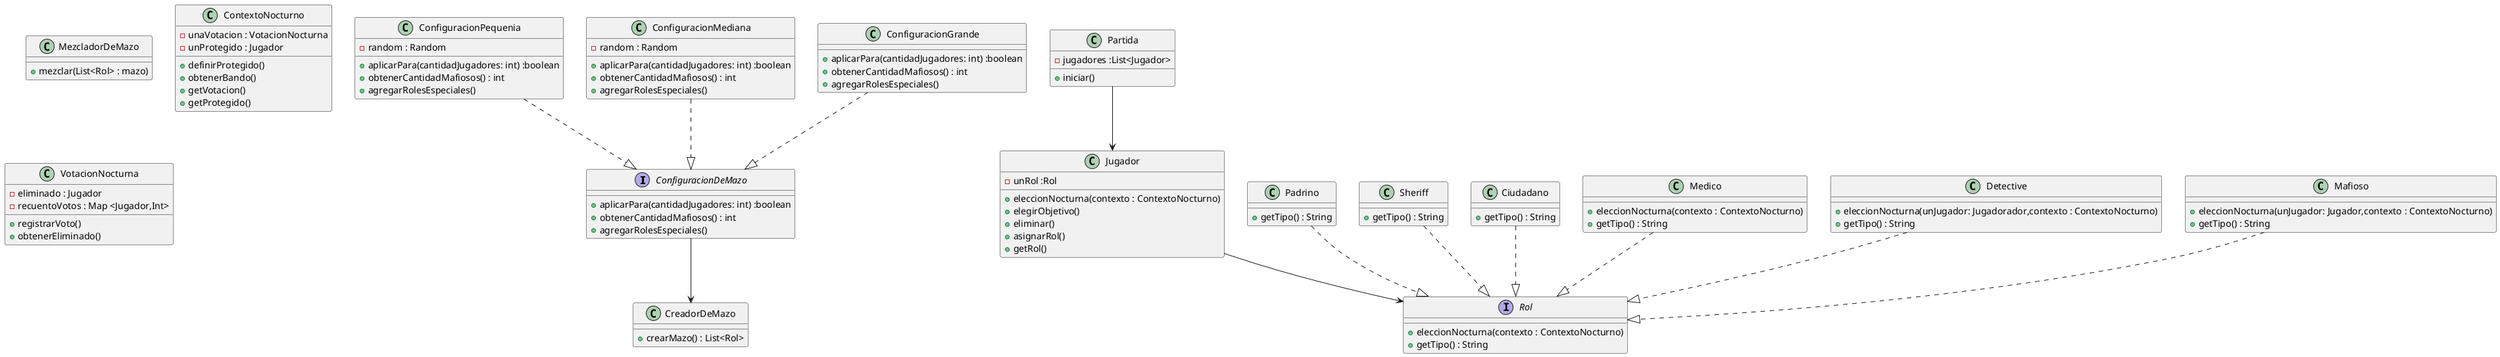
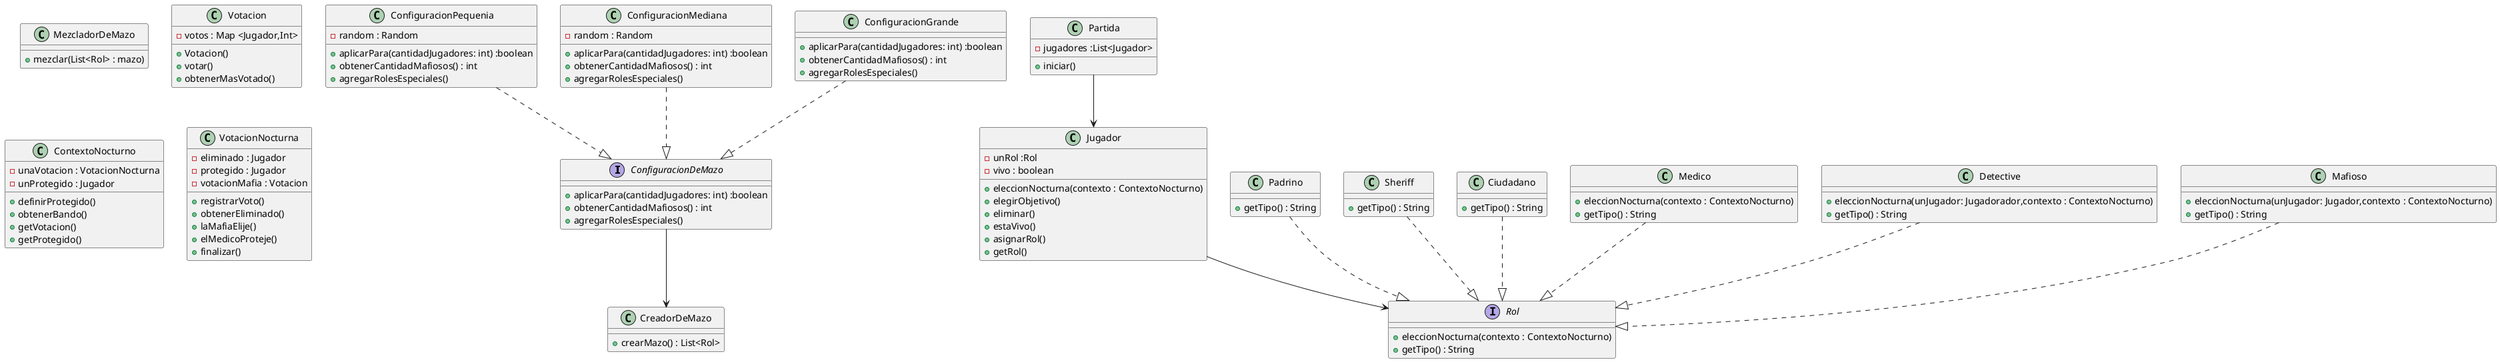
@startuml


interface ConfiguracionDeMazo{
    +aplicarPara(cantidadJugadores: int) :boolean
    +obtenerCantidadMafiosos() : int
    +agregarRolesEspeciales()

}

class ConfiguracionPequenia{
    -random : Random

    +aplicarPara(cantidadJugadores: int) :boolean
    +obtenerCantidadMafiosos() : int
    +agregarRolesEspeciales()

}

class ConfiguracionMediana{
        -random : Random

        +aplicarPara(cantidadJugadores: int) :boolean
        +obtenerCantidadMafiosos() : int
        +agregarRolesEspeciales()

}

class ConfiguracionGrande{

        +aplicarPara(cantidadJugadores: int) :boolean
        +obtenerCantidadMafiosos() : int
        +agregarRolesEspeciales()

}


class CreadorDeMazo{

    +crearMazo() : List<Rol>
}

class MezcladorDeMazo{
    +mezclar(List<Rol> : mazo)
}

class Partida{
    -jugadores :List<Jugador>
    +iniciar()


}
- 
+ class Votacion{
+     -votos : Map <Jugador,Int>
+     +Votacion()
+     +votar()
+     +obtenerMasVotado()
+ }

class ContextoNocturno{
    -unaVotacion : VotacionNocturna
    -unProtegido : Jugador

    +definirProtegido()
    +obtenerBando()
    +getVotacion()
    +getProtegido()
}

class VotacionNocturna{
    -eliminado : Jugador
-     -recuentoVotos : Map <Jugador,Int>
+     -protegido : Jugador
+     -votacionMafia : Votacion

    +registrarVoto()
    +obtenerEliminado()
- 
+     +laMafiaElije()
+     +elMedicoProteje()
+     +finalizar()

}


class Jugador{
    'elige cualquier rol
    -unRol :Rol
+     -vivo : boolean

    'la accion depende del rol elegido
    +eleccionNocturna(contexto : ContextoNocturno)
    +elegirObjetivo()
    +eliminar()
+     +estaVivo()
    +asignarRol()
    +getRol()
}

interface Rol {
    +eleccionNocturna(contexto : ContextoNocturno)
    +getTipo() : String
}

class Padrino{
    +getTipo() : String
}
class Sheriff{
    +getTipo() : String
}
class Ciudadano{

    +getTipo() : String
}

class Medico{
    'elige a quien salvar
    +eleccionNocturna(contexto : ContextoNocturno)
    +getTipo() : String
}
class Detective{
    'elige a quien investigar
    +eleccionNocturna(unJugador: Jugadorador,contexto : ContextoNocturno)
    +getTipo() : String
}
class Mafioso{
    'elige a quien eliminar
    +eleccionNocturna(unJugador: Jugador,contexto : ContextoNocturno)
    +getTipo() : String
}


Jugador --> Rol

Mafioso ..|> Rol
Detective ..|> Rol
Medico ..|> Rol
Padrino ..|> Rol
Sheriff ..|> Rol
Ciudadano ..|> Rol
Partida --> Jugador

ConfiguracionPequenia ..|> ConfiguracionDeMazo
ConfiguracionMediana ..|> ConfiguracionDeMazo
ConfiguracionGrande ..|> ConfiguracionDeMazo

ConfiguracionDeMazo --> CreadorDeMazo



@enduml